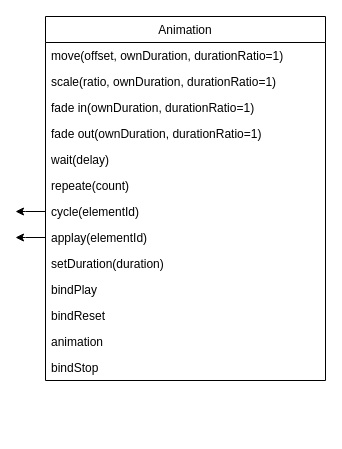
This is FluentSchema.drawio from kontur-web-courses/animaster, a draw.io file, before an edit. Source tidied: cells renumbered, new cells numbered last; positions are measured from the earlier drawing's top-left corner, leaving out a move shared by most shapes. Both pictures are drawn from the tidied source at 100%, with x=0, y=0 at pixel (15, 16).
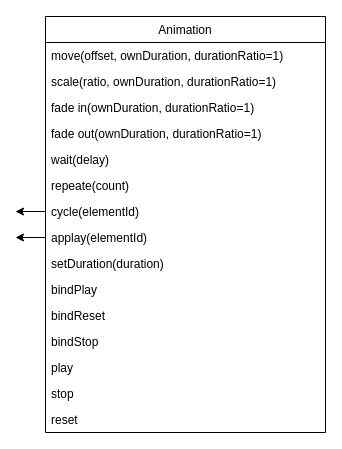
The same diagram, later.

The edit, as a diff of the source:
```diff
@@
     <mxCell id="2" value="Animation" style="swimlane;fontStyle=0;horizontal=1;startSize=26;fillColor=none;" parent="1" vertex="1">
-      <mxGeometry x="30" width="280" height="364" as="geometry" />
+      <mxGeometry x="30" width="280" height="416" as="geometry" />
     </mxCell>
@@
-    <mxCell id="14" value="animation" style="text;strokeColor=none;fillColor=none;align=left;verticalAlign=top;spacingLeft=4;spacingRight=4;overflow=hidden;" parent="2" vertex="1">
-      <mxGeometry y="312" width="280" height="26" as="geometry" />
-    </mxCell>
     <mxCell id="15" value="bindStop" style="text;strokeColor=none;fillColor=none;align=left;verticalAlign=top;spacingLeft=4;spacingRight=4;overflow=hidden;" parent="2" vertex="1">
-      <mxGeometry y="338" width="280" height="26" as="geometry" />
+      <mxGeometry y="312" width="280" height="26" as="geometry" />
     </mxCell>
+    <mxCell id="18" value="play" style="text;strokeColor=none;fillColor=none;align=left;verticalAlign=top;spacingLeft=4;spacingRight=4;overflow=hidden;" parent="2" vertex="1">
+      <mxGeometry y="338" width="280" height="26" as="geometry" />
+    </mxCell>
+    <mxCell id="19" value="stop" style="text;strokeColor=none;fillColor=none;align=left;verticalAlign=top;spacingLeft=4;spacingRight=4;overflow=hidden;" parent="2" vertex="1">
+      <mxGeometry y="364" width="280" height="26" as="geometry" />
+    </mxCell>
+    <mxCell id="20" value="reset" style="text;strokeColor=none;fillColor=none;align=left;verticalAlign=top;spacingLeft=4;spacingRight=4;overflow=hidden;" parent="2" vertex="1">
+      <mxGeometry y="390" width="280" height="26" as="geometry" />
+    </mxCell>
```
